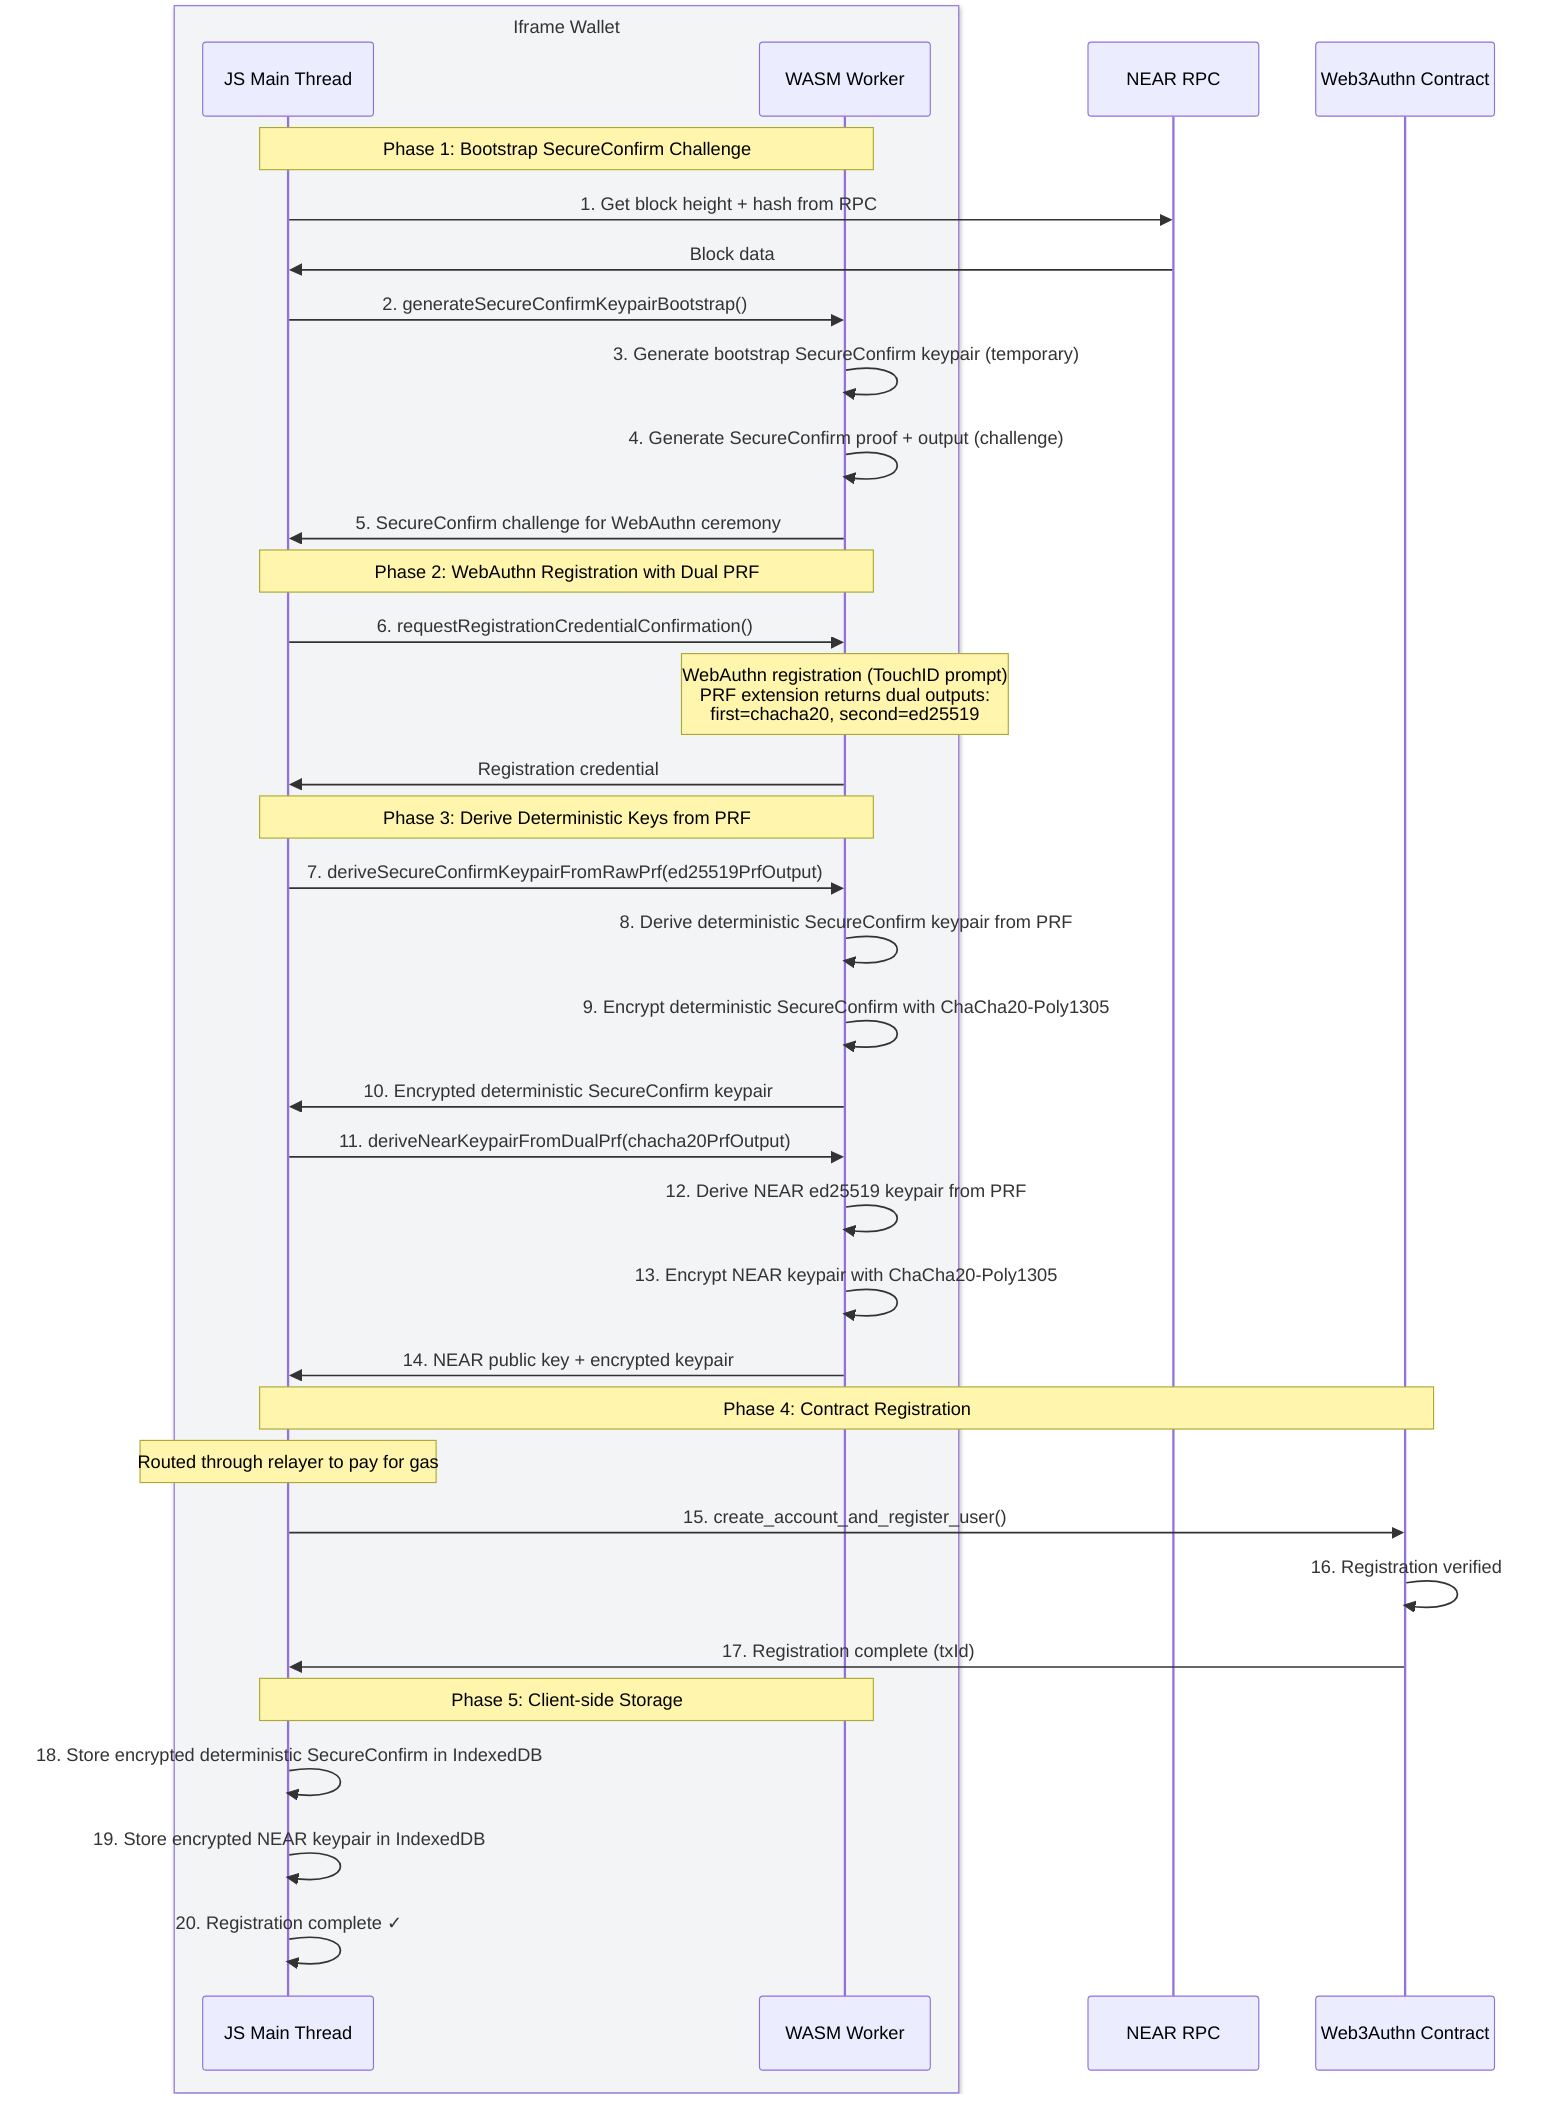
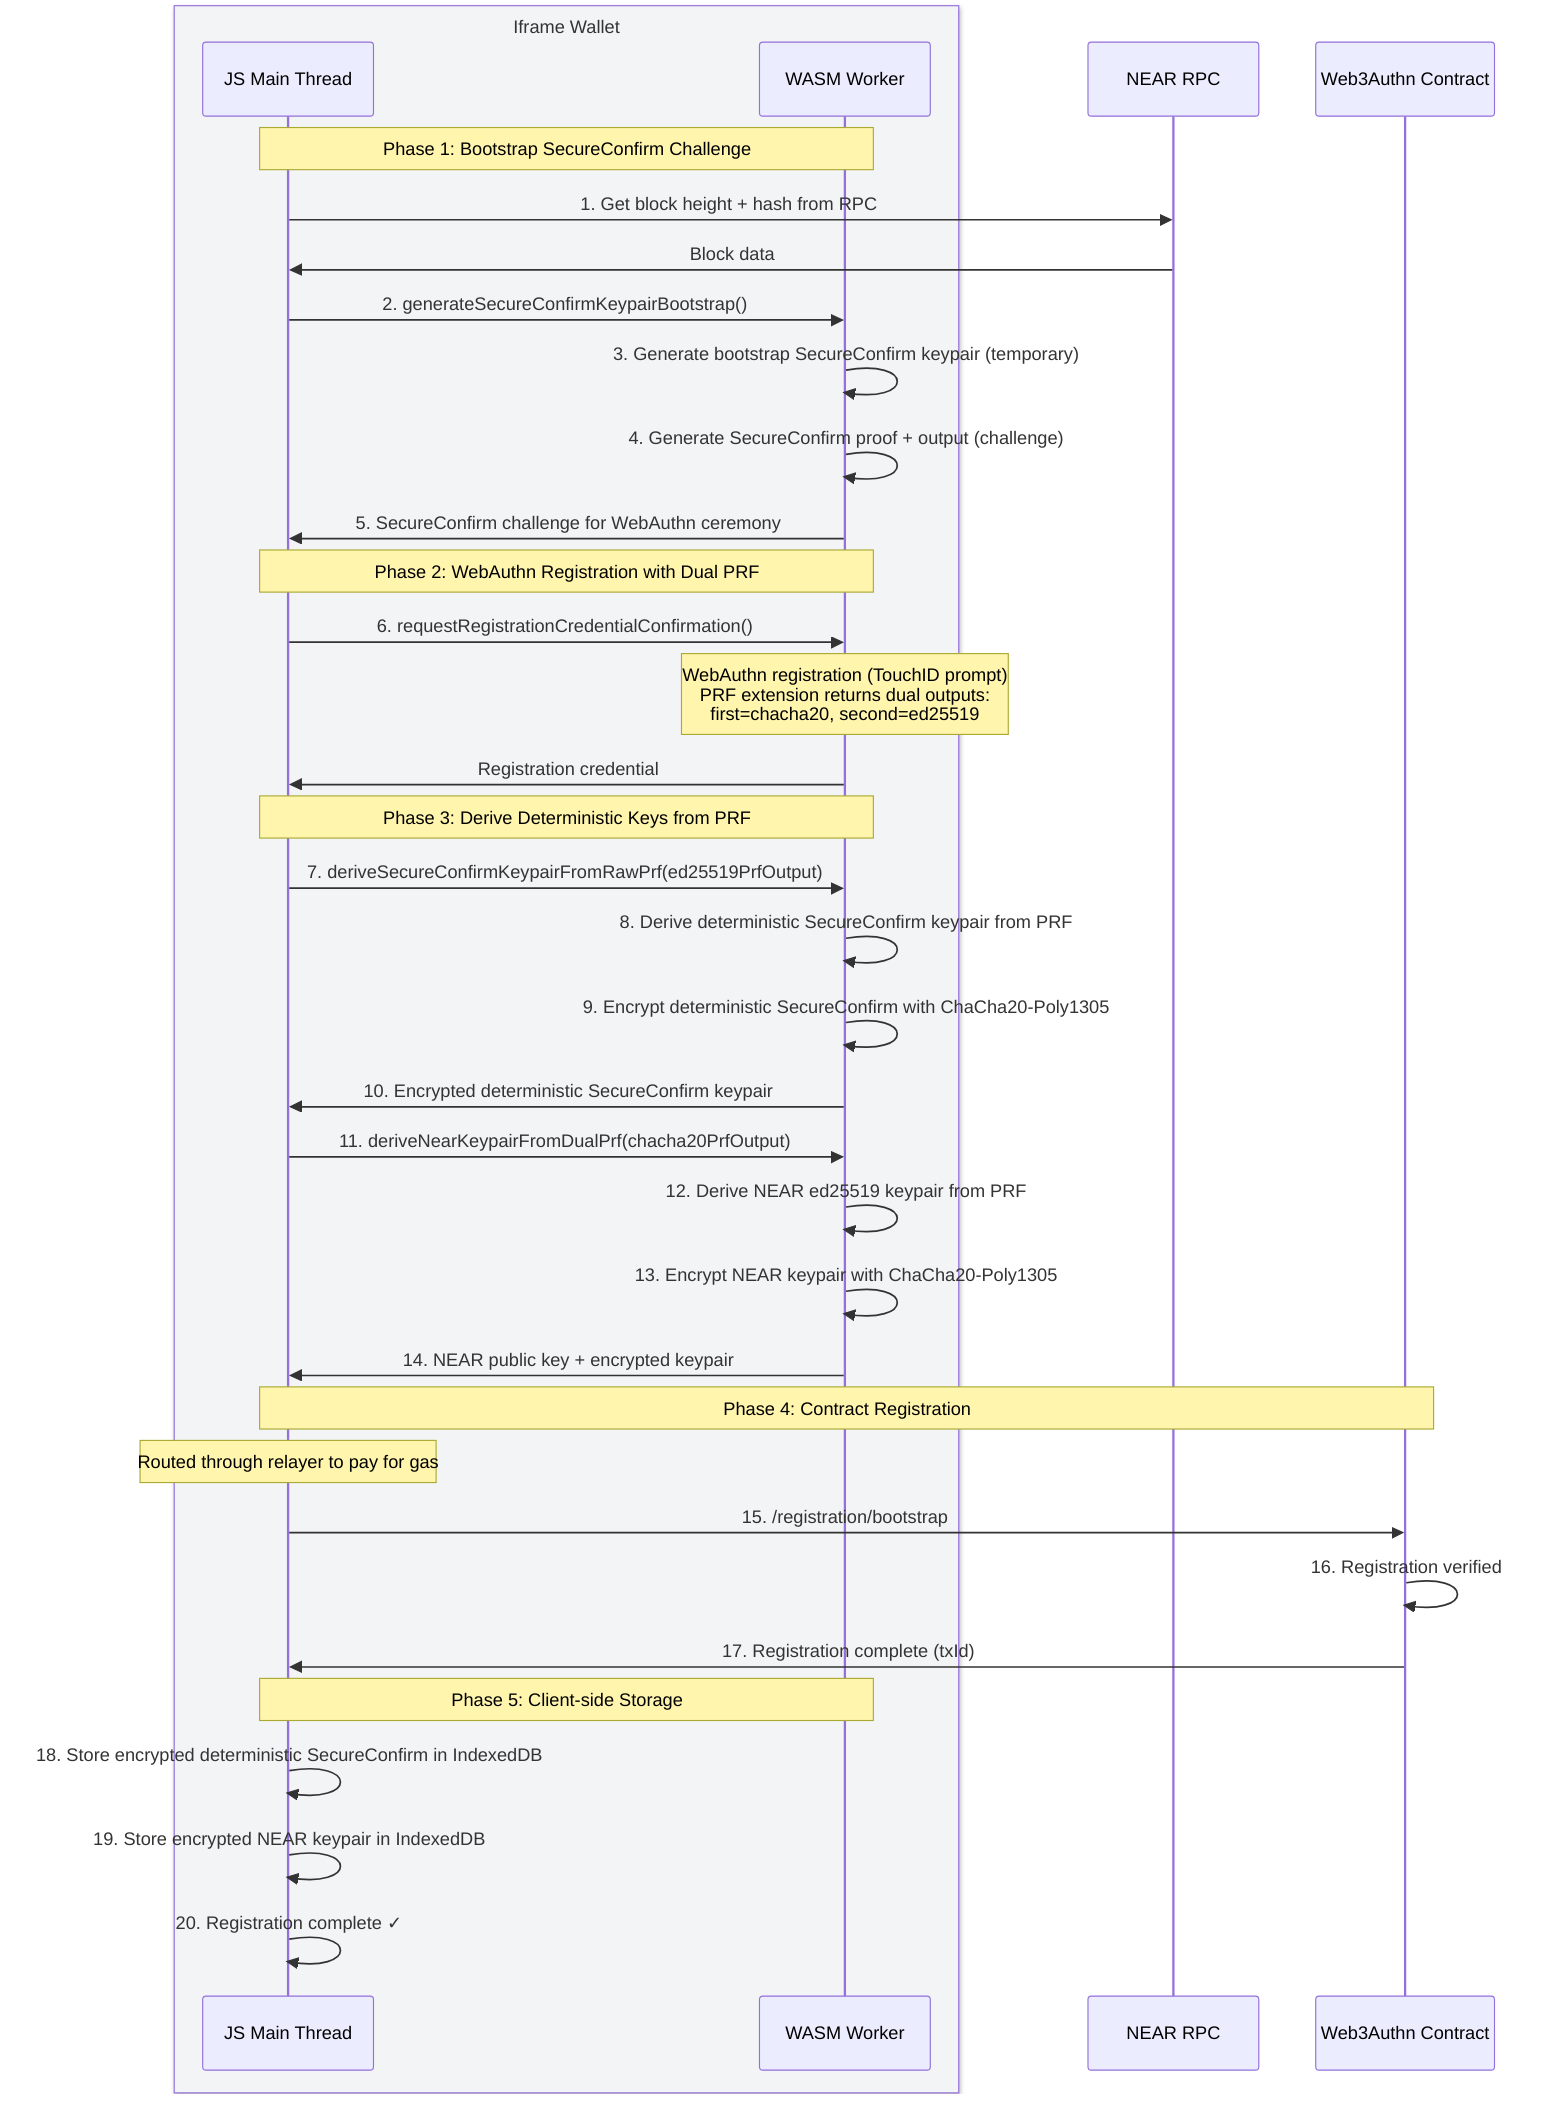
sequenceDiagram
    box rgb(243, 244, 246) Iframe Wallet
    participant JSMain as JS Main Thread
    participant Worker as WASM Worker
    end
    participant NEAR as NEAR RPC
    participant Contract as Web3Authn Contract

    Note over JSMain,Worker: Phase 1: Bootstrap SecureConfirm Challenge
    JSMain->>NEAR: 1. Get block height + hash from RPC
    NEAR->>JSMain: Block data
    JSMain->>Worker: 2. generateSecureConfirmKeypairBootstrap()
    Worker->>Worker: 3. Generate bootstrap SecureConfirm keypair (temporary)
    Worker->>Worker: 4. Generate SecureConfirm proof + output (challenge)
    Worker->>JSMain: 5. SecureConfirm challenge for WebAuthn ceremony

    Note over JSMain,Worker: Phase 2: WebAuthn Registration with Dual PRF
    JSMain->>Worker: 6. requestRegistrationCredentialConfirmation()
    Note over Worker: WebAuthn registration (TouchID prompt)<br/>PRF extension returns dual outputs:<br/>first=chacha20, second=ed25519
    Worker->>JSMain: Registration credential

    Note over JSMain,Worker: Phase 3: Derive Deterministic Keys from PRF
    JSMain->>Worker: 7. deriveSecureConfirmKeypairFromRawPrf(ed25519PrfOutput)
    Worker->>Worker: 8. Derive deterministic SecureConfirm keypair from PRF
    Worker->>Worker: 9. Encrypt deterministic SecureConfirm with ChaCha20-Poly1305
    Worker->>JSMain: 10. Encrypted deterministic SecureConfirm keypair

    JSMain->>Worker: 11. deriveNearKeypairFromDualPrf(chacha20PrfOutput)
    Worker->>Worker: 12. Derive NEAR ed25519 keypair from PRF
    Worker->>Worker: 13. Encrypt NEAR keypair with ChaCha20-Poly1305
    Worker->>JSMain: 14. NEAR public key + encrypted keypair

    Note over JSMain,Contract: Phase 4: Contract Registration
    Note over JSMain: Routed through relayer to pay for gas
-     JSMain->>Contract: 15. create_account_and_register_user()
+     JSMain->>Contract: 15. /registration/bootstrap
    Contract->>Contract: 16. Registration verified
    Contract->>JSMain: 17. Registration complete (txId)

    Note over JSMain,Worker: Phase 5: Client-side Storage
    JSMain->>JSMain: 18. Store encrypted deterministic SecureConfirm in IndexedDB
    JSMain->>JSMain: 19. Store encrypted NEAR keypair in IndexedDB
    JSMain->>JSMain: 20. Registration complete ✓
